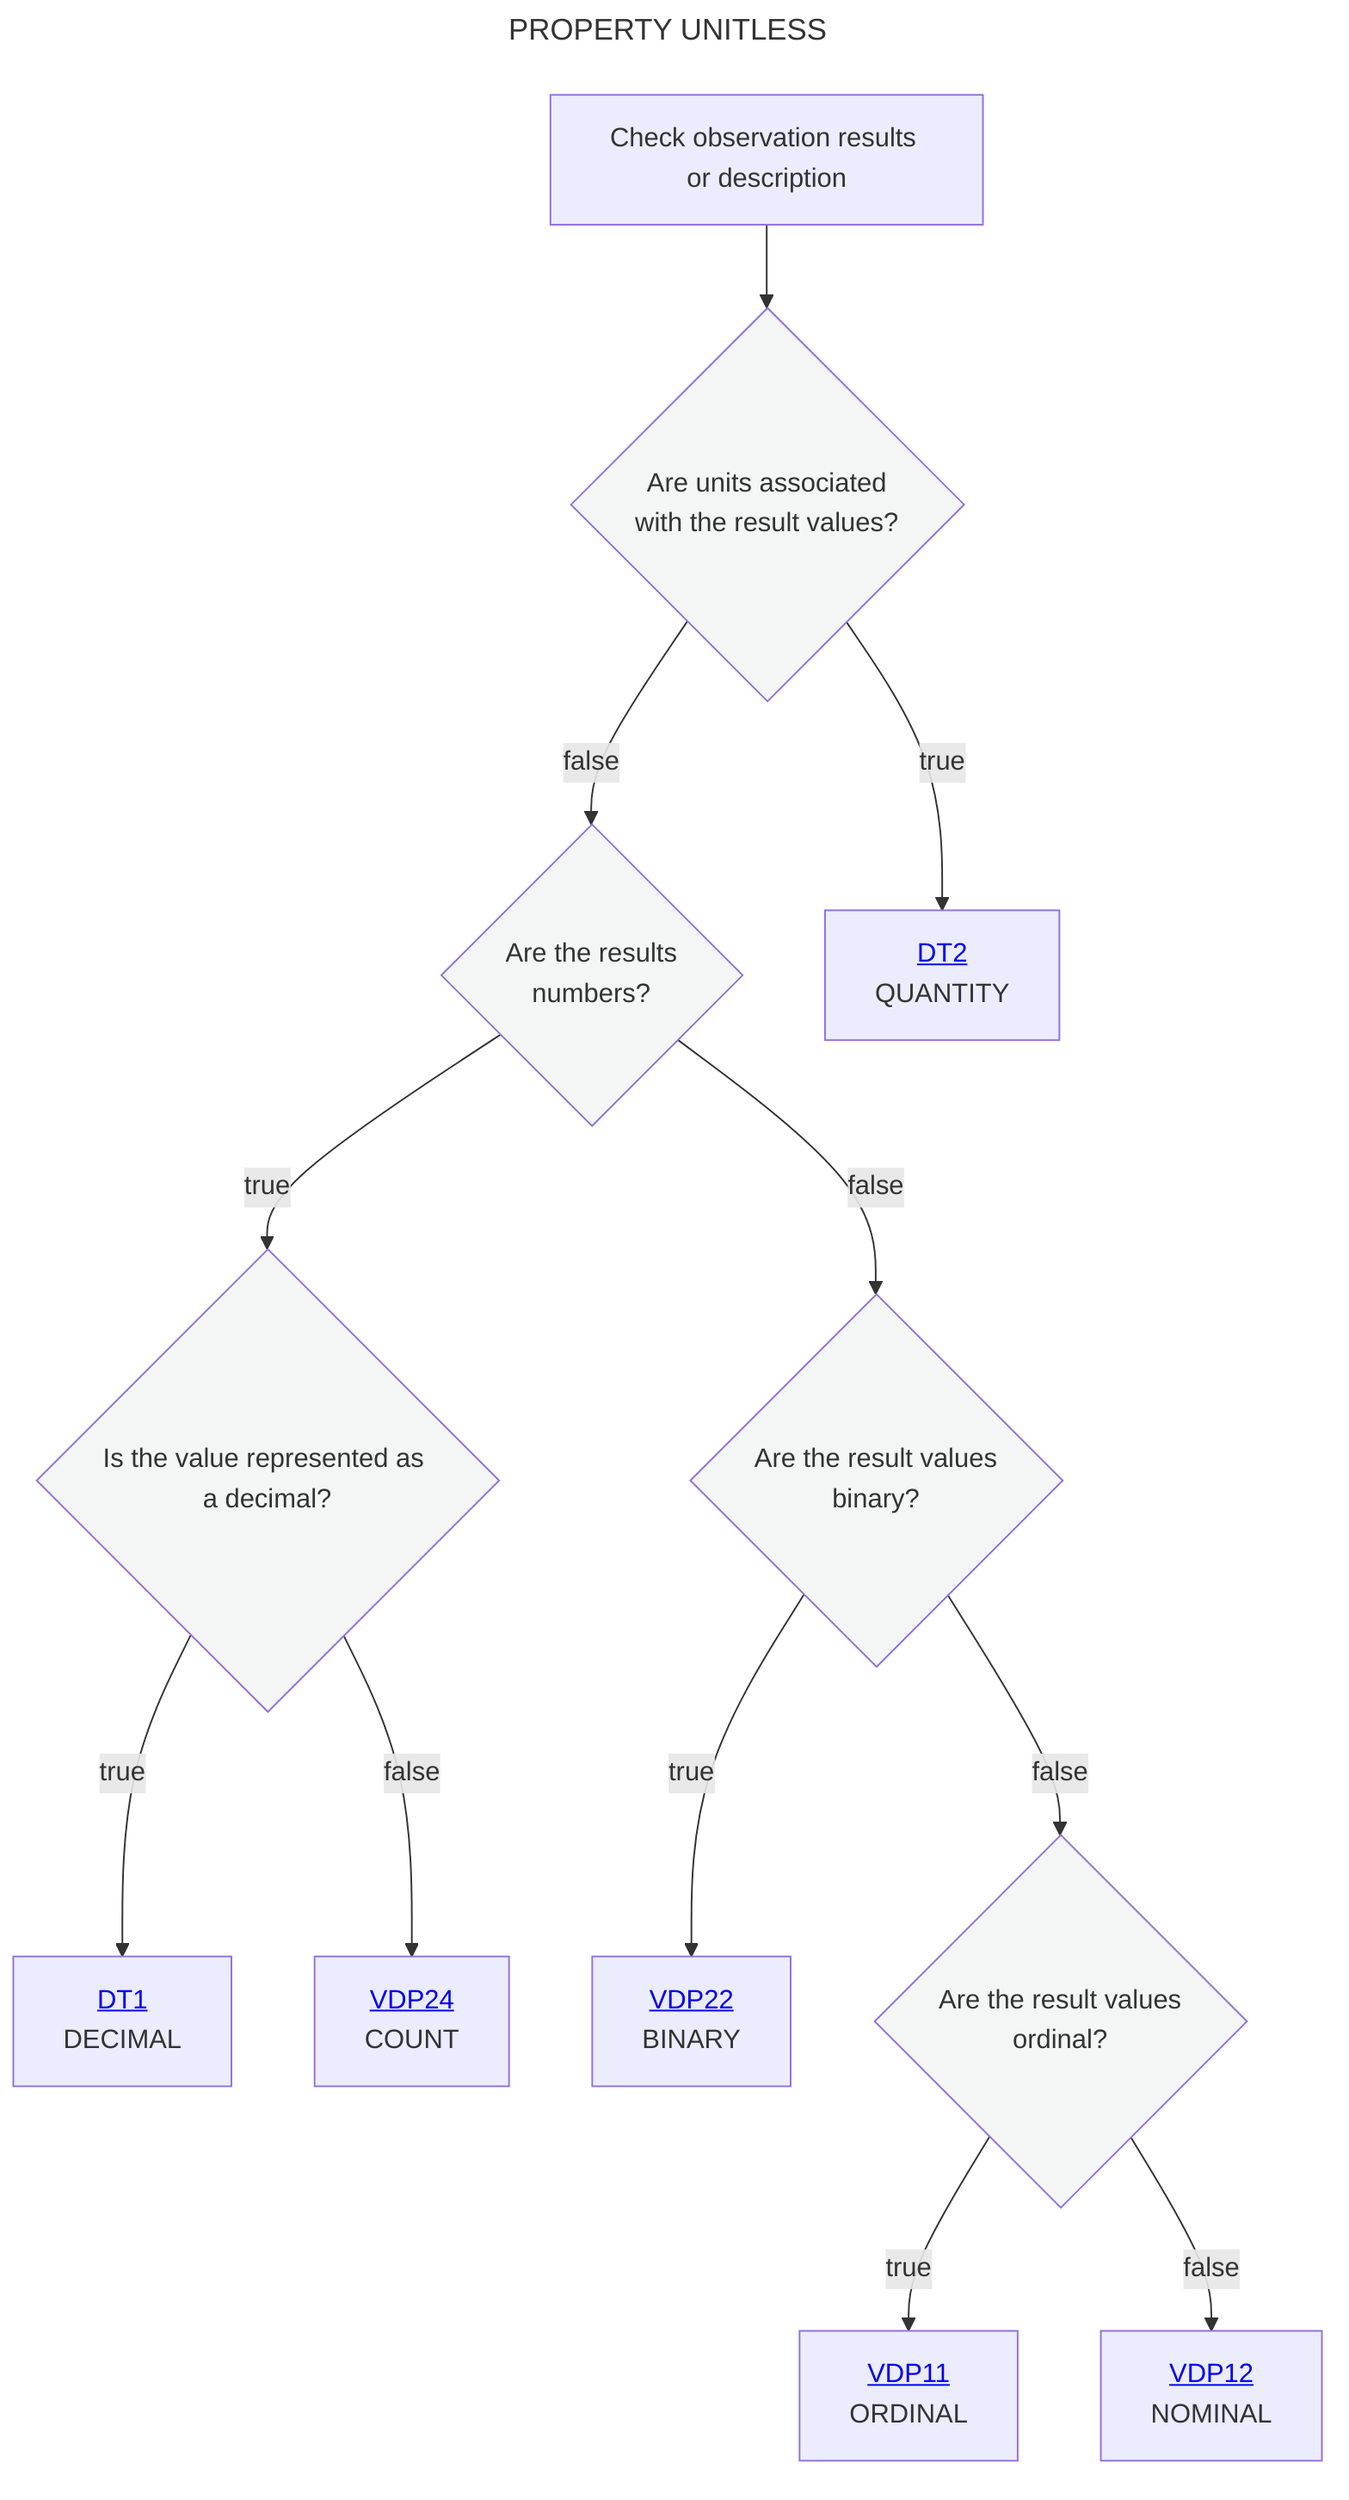
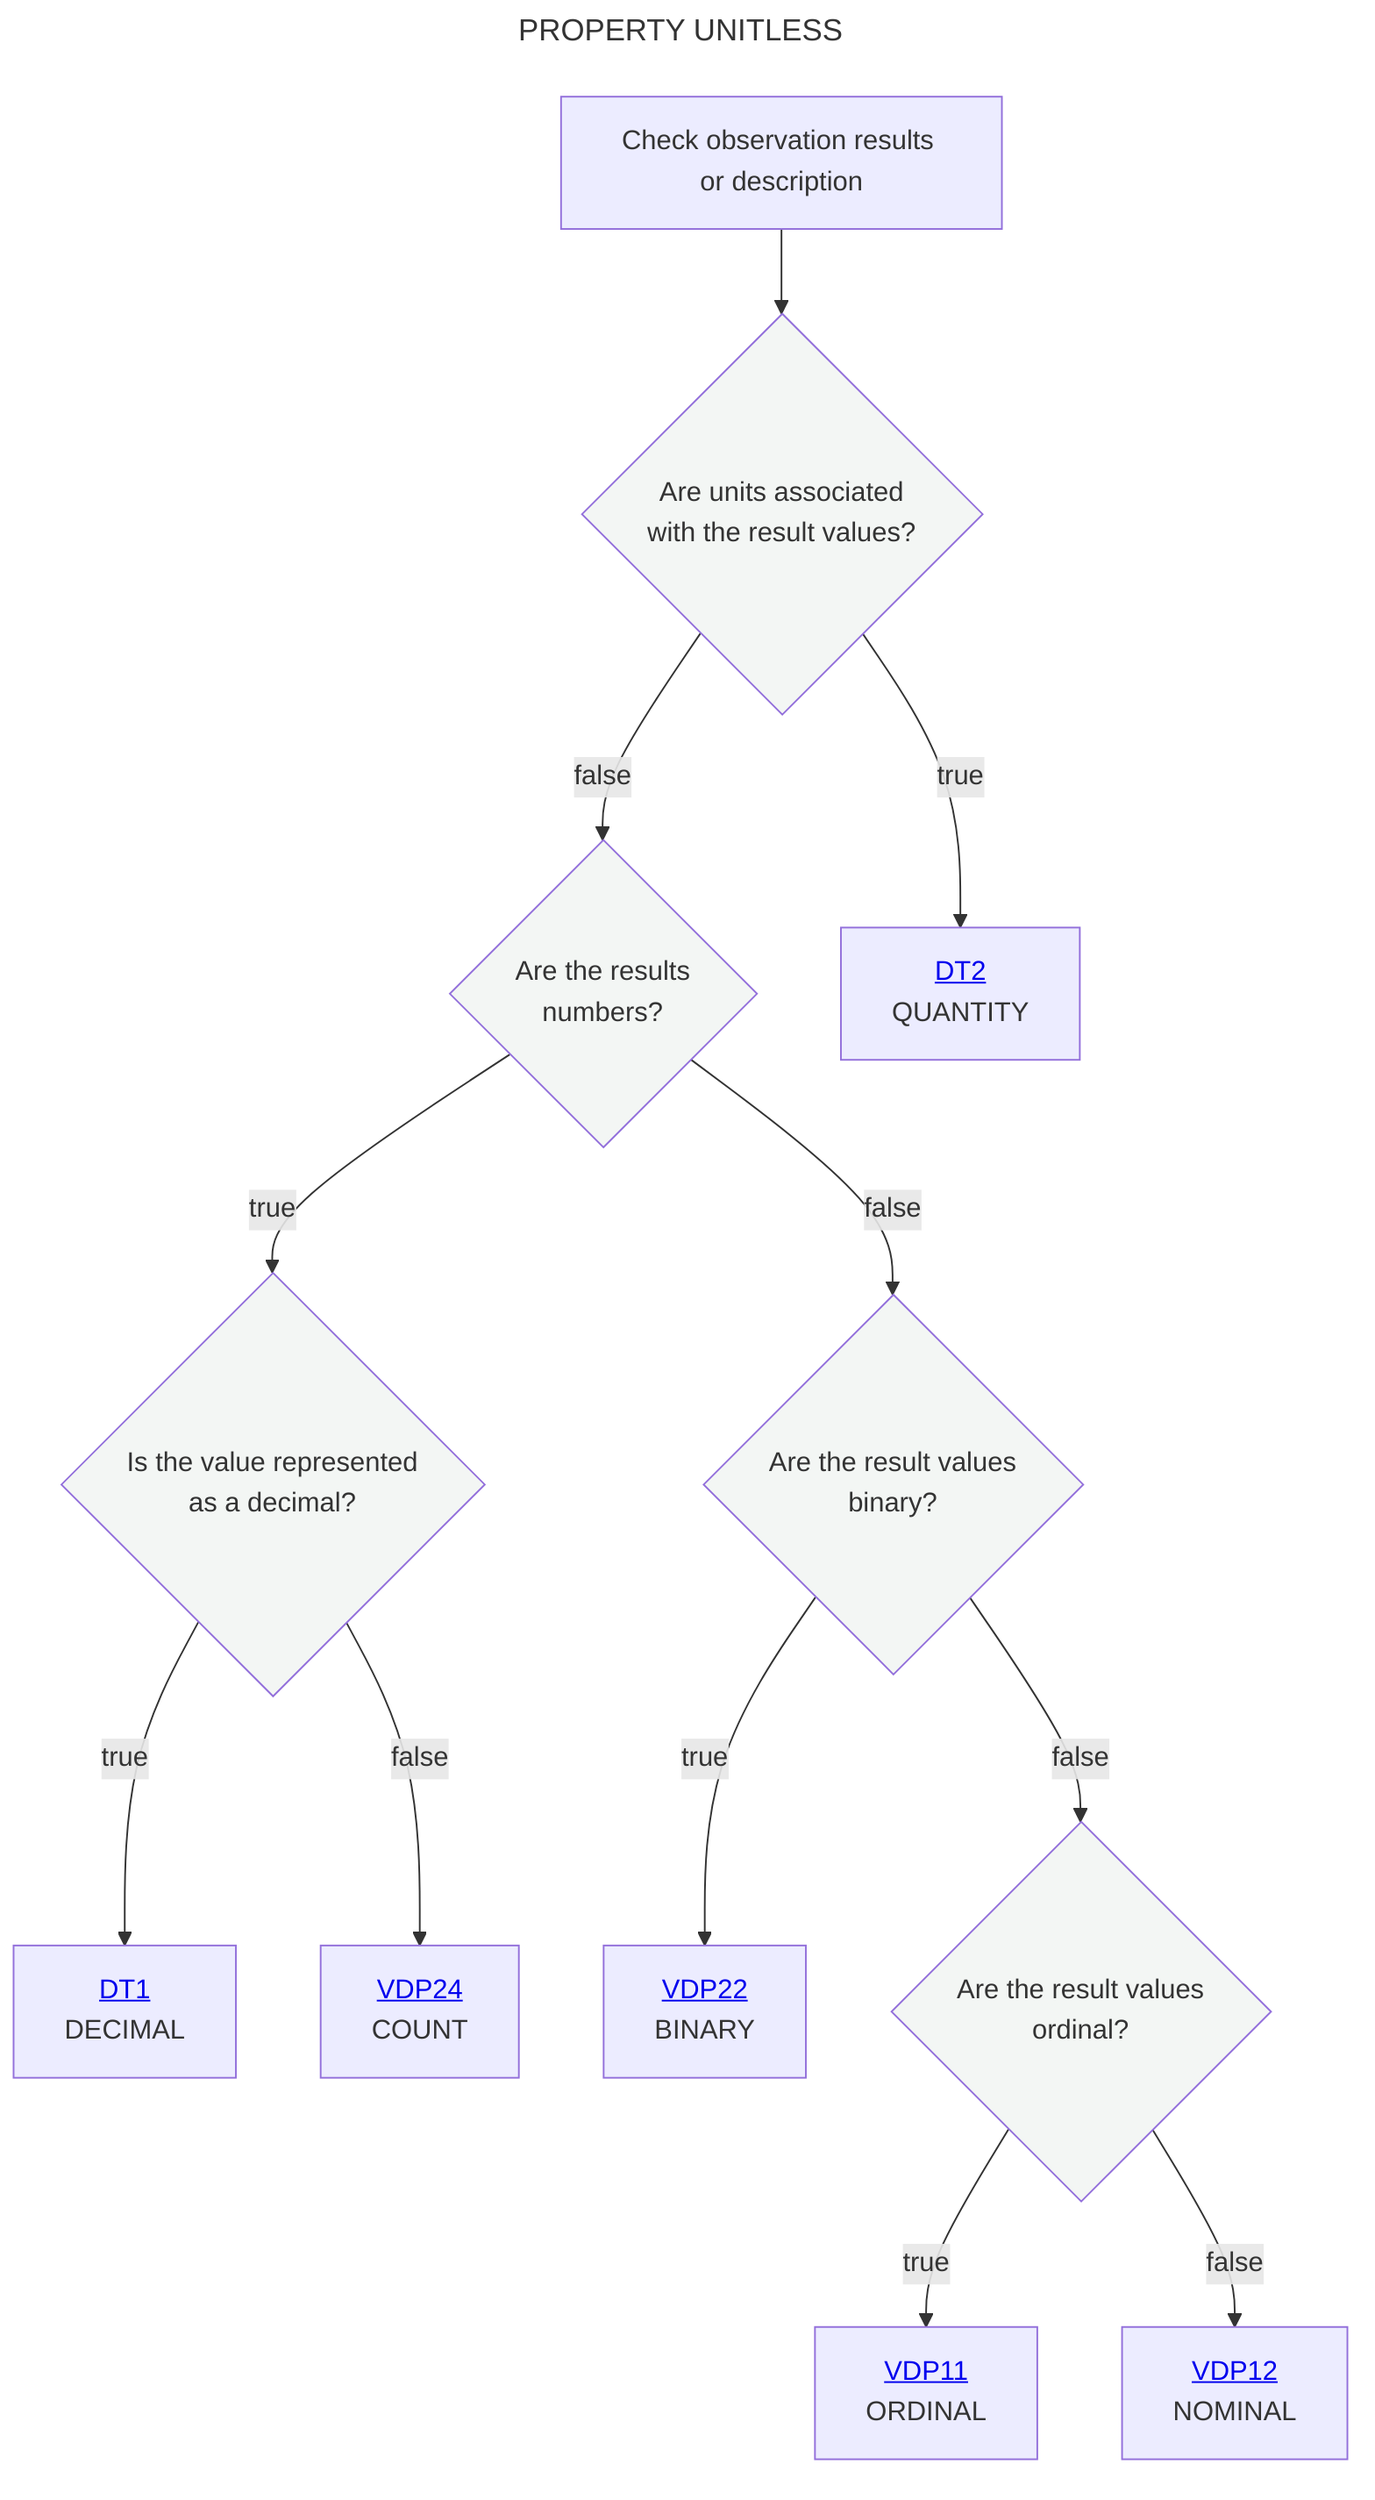
---
title: PROPERTY UNITLESS
---
flowchart TD
    A[Check observation results or description] --> B{Are units associated <br> with the result values?}:::white
    B --> |false|C{Are the results <br> numbers?}:::white
    B --> |true|D[<a href='https://github.com/mabablue/I-ADOPT-patterns-playground/blob/main/Decisition_trees/DT2.mmd'>DT2</a><br> QUANTITY]
    C --> |false|E{Are the result values <br> binary?}:::white
-     C --> |true|H{Is the value represented as a decimal?}:::white
+     C --> |true|H{Is the value represented <br> as a decimal?}:::white
    H --> |true|HI[<a href='https://github.com/mabablue/I-ADOPT-patterns-playground/blob/main/Decisition_trees/DT1.mmd'>DT1</a><br> DECIMAL]
    H --> |false|HK[<a href='https://github.com/mabablue/I-ADOPT-patterns-playground/blob/main/pattern/VDP24.yaml'>VDP24</a><br> COUNT]
    E --> |true|F[<a href='https://github.com/mabablue/I-ADOPT-patterns-playground/blob/main/pattern/VDP22.yaml'>VDP22</a><br> BINARY]
    E --> |false|I{Are the result values <br> ordinal?}:::white
    I --> |true|J[<a href='https://github.com/mabablue/I-ADOPT-patterns-playground/blob/main/pattern/VDP11.yaml'>VDP11</a><br> ORDINAL]
    I --> |false|K[<a href='https://github.com/mabablue/I-ADOPT-patterns-playground/blob/main/pattern/VDP12.yaml'>VDP12</a><br> NOMINAL]
   classDef blue fill:#90D5FF
   classDef satblue fill:#57B9FF
   classDef white fill:#f3f6f4
   classDef green fill:#6aa84f
